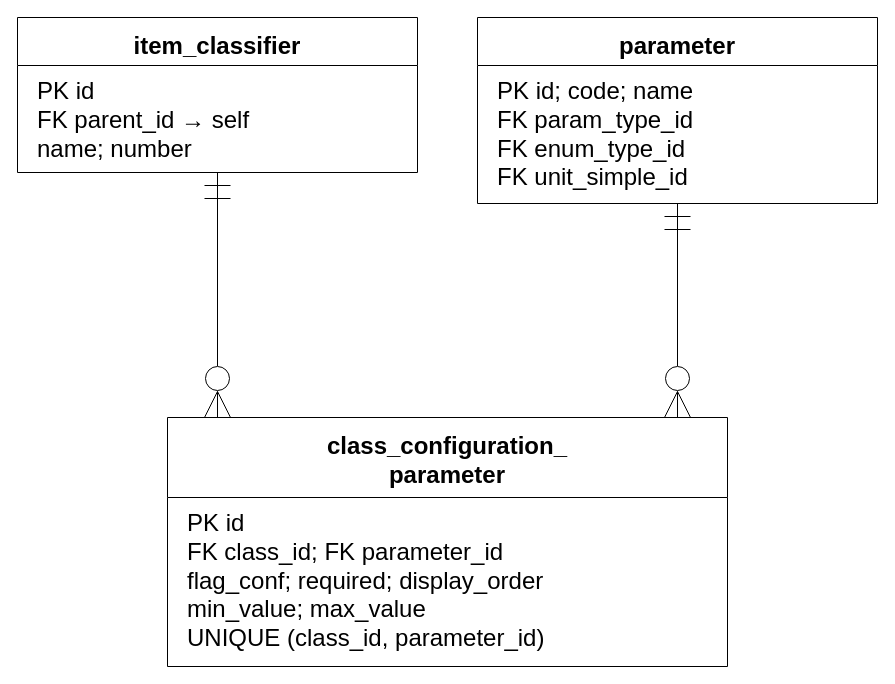
This is utils/lab7/diagrams/05_erd_parameters.drawio from 10xtheo/mispris-sem7, a draw.io file, before an edit. Source tidied: cells renumbered, new cells numbered last; positions are measured from the earlier drawing's top-left corner, leaving out a move shared by most shapes. Both pictures are drawn from the tidied source at 100%, with x=0, y=0 at pixel (17, 17).
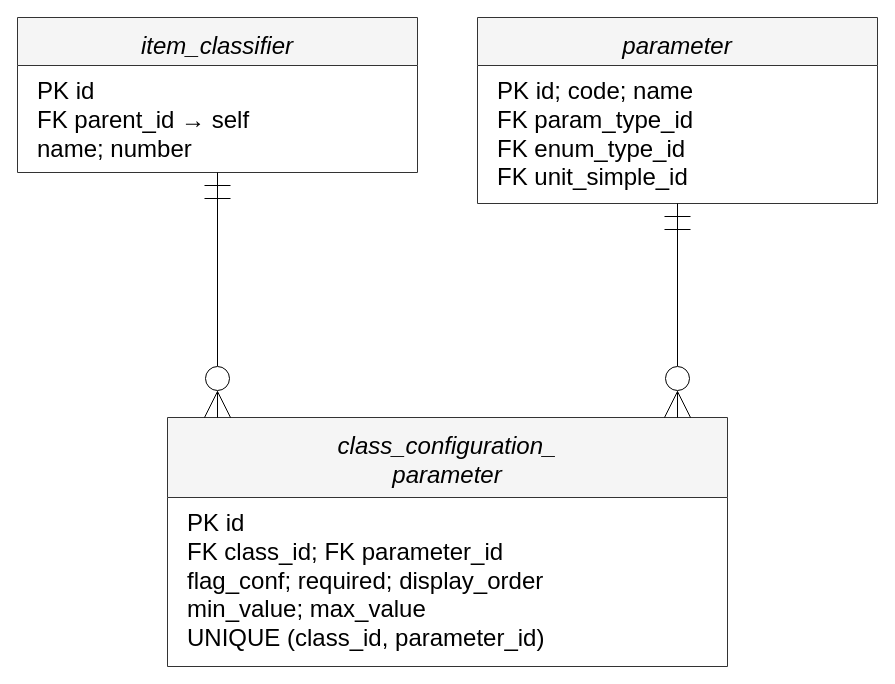
After the change.

Change to the diagram source:
```diff
@@
 <mxGraphModel>
   <root>
     <mxCell id="0" />
     <mxCell id="1" parent="0" />
-    <mxCell id="2" value="item_classifier" style="rounded=0;whiteSpace=wrap;html=1;align=center;verticalAlign=top;fontFamily=Arial;fontSize=24;spacing=10;fillColor=#ffffff;strokeColor=#000000;shape=swimlane;startSize=48;fontStyle=1;swimlaneFillColor=#ffffff;" parent="1" vertex="1">
+    <mxCell id="2" value="item_classifier" style="rounded=0;whiteSpace=wrap;html=1;align=center;verticalAlign=top;fontFamily=Arial;fontSize=24;spacing=10;fillColor=#f5f5f5;strokeColor=#333333;shape=swimlane;startSize=48;fontStyle=2;swimlaneFillColor=#ffffff;" parent="1" vertex="1">
       <mxGeometry width="400" height="155" as="geometry" />
     </mxCell>
     <mxCell id="3" value="PK id&lt;br&gt;FK parent_id → self&lt;br&gt;name; number" style="text;html=1;align=left;verticalAlign=top;fontFamily=Arial;fontSize=24;spacingLeft=18;spacingTop=5;fillColor=none;strokeColor=none;" parent="2" vertex="1">
       <mxGeometry y="48" width="400" height="107" as="geometry" />
     </mxCell>
-    <mxCell id="4" value="parameter" style="rounded=0;whiteSpace=wrap;html=1;align=center;verticalAlign=top;fontFamily=Arial;fontSize=24;spacing=10;fillColor=#ffffff;strokeColor=#000000;shape=swimlane;startSize=48;fontStyle=1;swimlaneFillColor=#ffffff;" parent="1" vertex="1">
+    <mxCell id="4" value="parameter" style="rounded=0;whiteSpace=wrap;html=1;align=center;verticalAlign=top;fontFamily=Arial;fontSize=24;spacing=10;fillColor=#f5f5f5;strokeColor=#333333;shape=swimlane;startSize=48;fontStyle=2;swimlaneFillColor=#ffffff;" parent="1" vertex="1">
       <mxGeometry x="460" width="400" height="186" as="geometry" />
     </mxCell>
     <mxCell id="5" value="PK id; code; name&lt;br&gt;FK param_type_id&lt;br&gt;FK enum_type_id&lt;br&gt;FK unit_simple_id" style="text;html=1;align=left;verticalAlign=top;fontFamily=Arial;fontSize=24;spacingLeft=18;spacingTop=5;fillColor=none;strokeColor=none;" parent="4" vertex="1">
       <mxGeometry y="48" width="400" height="138" as="geometry" />
     </mxCell>
-    <mxCell id="6" value="class_configuration_&lt;br&gt;parameter" style="rounded=0;whiteSpace=wrap;html=1;align=center;verticalAlign=top;fontFamily=Arial;fontSize=24;spacing=10;fillColor=#ffffff;strokeColor=#000000;shape=swimlane;startSize=80;fontStyle=1;swimlaneFillColor=#ffffff;" parent="1" vertex="1">
+    <mxCell id="6" value="class_configuration_&lt;br&gt;parameter" style="rounded=0;whiteSpace=wrap;html=1;align=center;verticalAlign=top;fontFamily=Arial;fontSize=24;spacing=10;fillColor=#f5f5f5;strokeColor=#333333;shape=swimlane;startSize=80;fontStyle=2;swimlaneFillColor=#ffffff;" parent="1" vertex="1">
       <mxGeometry x="150" y="400" width="560" height="249" as="geometry" />
     </mxCell>
     <mxCell id="7" value="PK id&lt;br&gt;FK class_id; FK parameter_id&lt;br&gt;flag_conf; required; display_order&lt;br&gt;min_value; max_value&lt;br&gt;UNIQUE (class_id, parameter_id)" style="text;html=1;align=left;verticalAlign=top;fontFamily=Arial;fontSize=24;spacingLeft=18;spacingTop=5;fillColor=none;strokeColor=none;" parent="6" vertex="1">
       <mxGeometry y="80" width="560" height="169" as="geometry" />
     </mxCell>
     <mxCell id="8" style="edgeStyle=orthogonalEdgeStyle;rounded=0;html=1;endArrow=open;fontFamily=Arial;fontSize=24;labelBackgroundColor=#ffffff;exitX=0.5;exitY=1.0;entryX=0.08928571428571429;entryY=0.0;endArrow=none;startArrow=none;startArrow=ERmandOne;endArrow=ERzeroToMany;startFill=0;endFill=0;startSize=24;endSize=24;" parent="1" edge="1" source="2" target="6">
       <mxGeometry relative="1" as="geometry" />
     </mxCell>
     <mxCell id="9" style="edgeStyle=orthogonalEdgeStyle;rounded=0;html=1;endArrow=open;fontFamily=Arial;fontSize=24;labelBackgroundColor=#ffffff;exitX=0.5;exitY=1.0;entryX=0.9107142857142857;entryY=0.0;endArrow=none;startArrow=none;startArrow=ERmandOne;endArrow=ERzeroToMany;startFill=0;endFill=0;startSize=24;endSize=24;" parent="1" edge="1" source="4" target="6">
       <mxGeometry relative="1" as="geometry" />
     </mxCell>
   </root>
 </mxGraphModel>
```
